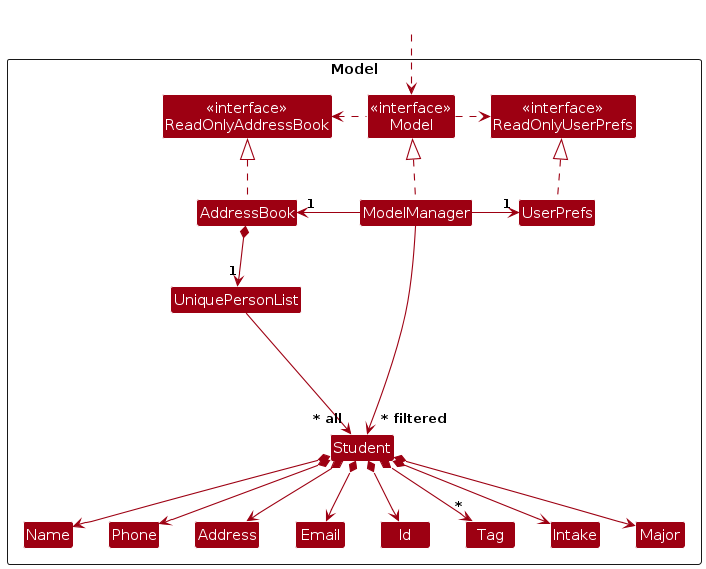
The PlantUML diagram diagrams/ModelClassDiagram.png in AY2324S2-CS2103T-T16-1/tp, before a commit. Its source is kept beside it as diagrams/ModelClassDiagram.puml.
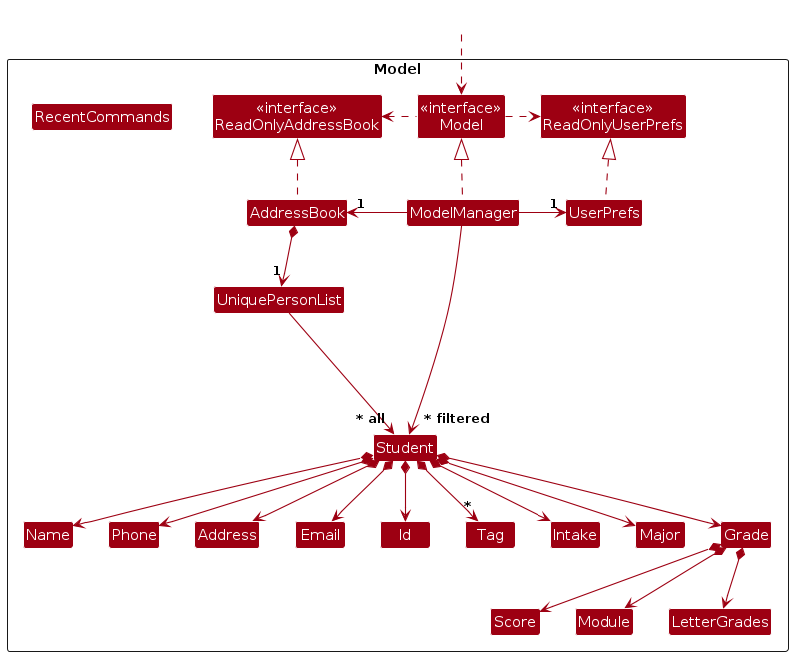
After the change.

The edit, as a diff of the source:
```diff
@@ -22,6 +22,11 @@
 Class Tag
 Class Intake
 Class Major
+Class Grade
+Class Score
+Class Module
+Class LetterGrades
+Class RecentCommands
 
 Class I #FFFFFF
 }
@@ -48,6 +53,11 @@
 Student *--> "*" Tag
 Student *--> Intake
 Student *--> Major
+Student *--> Grade
+Grade *--> Module
+Grade *--> Score
+Grade *--> LetterGrades
+
 
 Student -[hidden]up--> I
 UniquePersonList -[hidden]right-> I
```
